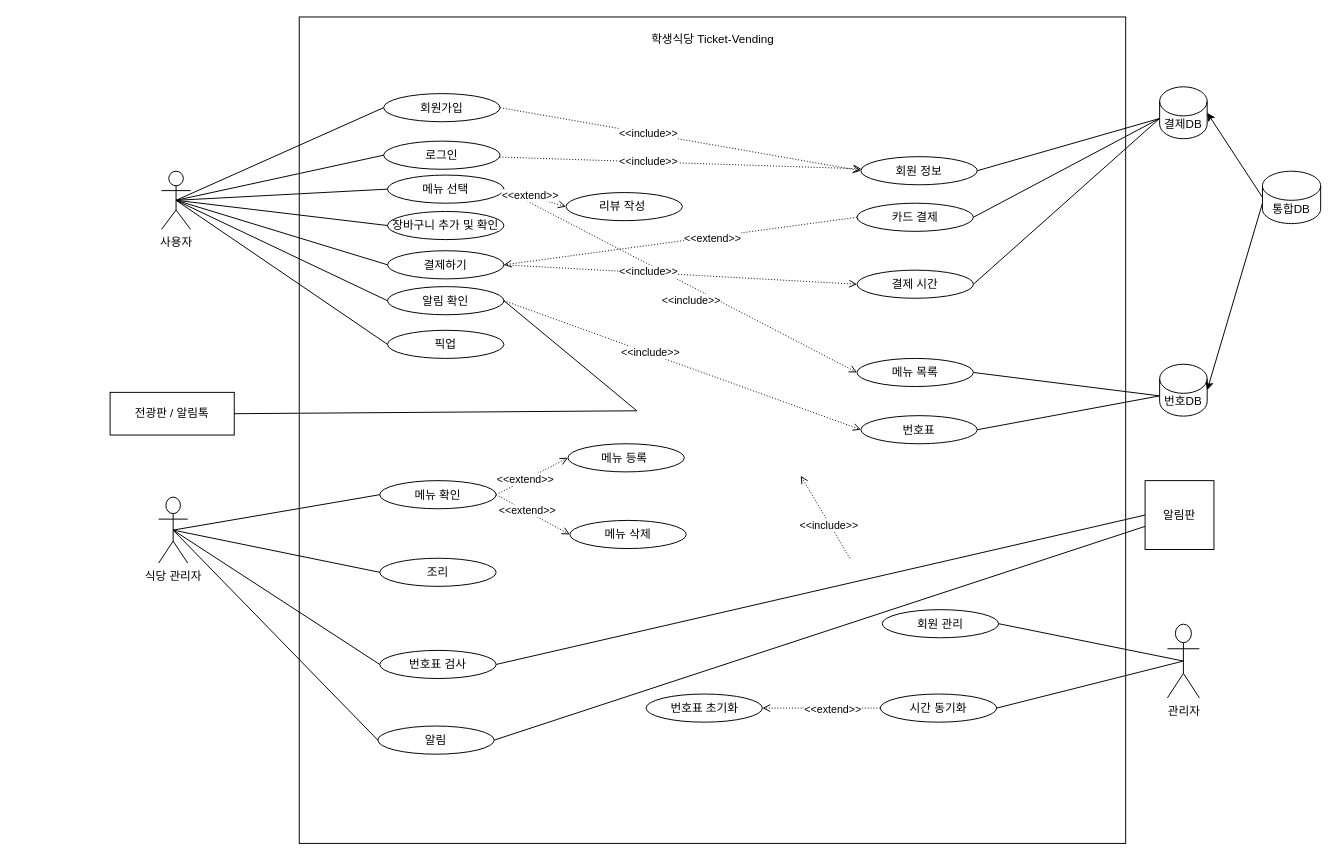
This is Student-cafeteria.drawio from four-idiots-team/student-cafteria-ticket-vending, a draw.io file, before an edit. Source tidied: cells renumbered, new cells numbered last; positions are measured from the earlier drawing's top-left corner, leaving out a move shared by most shapes. Both pictures are drawn from the tidied source at 97%, with x=0, y=0 at pixel (110, 16).
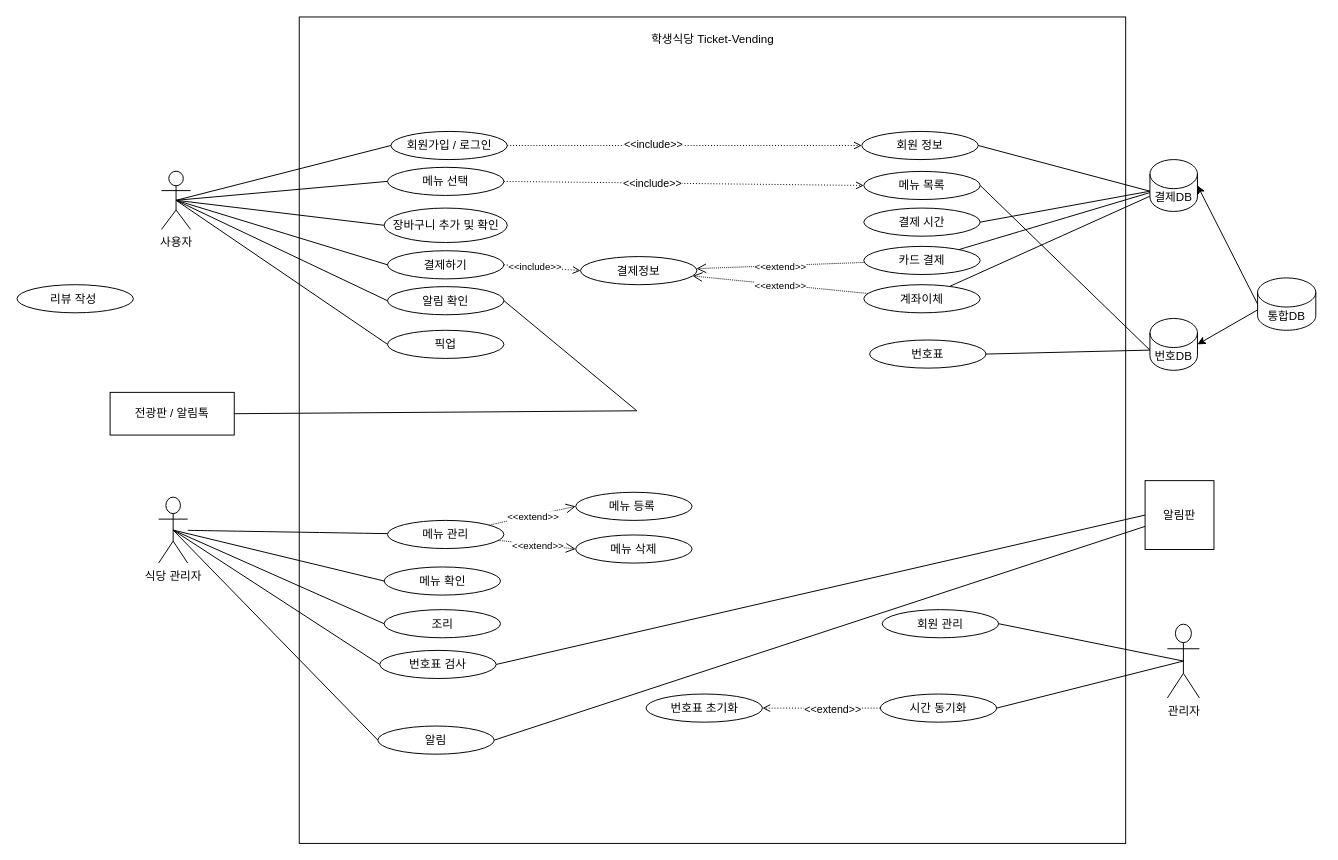
Above is the later version.

The change refers to these unchanged cells:
```xml
<mxCell id="2" value="사용자" style="shape=umlActor;verticalLabelPosition=bottom;verticalAlign=top;html=1;outlineConnect=0;" parent="1" vertex="1">
  <mxGeometry x="53" y="159" width="30" height="60" as="geometry" />
</mxCell>
<mxCell id="6" value="식당 관리자" style="shape=umlActor;verticalLabelPosition=bottom;verticalAlign=top;html=1;outlineConnect=0;" parent="1" vertex="1">
  <mxGeometry x="50" y="495" width="30" height="68" as="geometry" />
</mxCell>
<mxCell id="9" value="결제하기" style="ellipse;whiteSpace=wrap;html=1;" parent="1" vertex="1">
  <mxGeometry x="286" y="241" width="120" height="29" as="geometry" />
</mxCell>
<mxCell id="15" value="알림 확인" style="ellipse;whiteSpace=wrap;html=1;" parent="1" vertex="1">
  <mxGeometry x="286" y="278" width="120" height="29" as="geometry" />
</mxCell>
<mxCell id="48" style="endArrow=open;html=1;rounded=0;dashed=1;dashPattern=1 2;endFill=0;exitX=1;exitY=0.5;exitDx=0;exitDy=0;entryX=0;entryY=0.5;entryDx=0;entryDy=0;" parent="1" edge="1" source="8" target="22">
  <mxGeometry relative="1" as="geometry" />
</mxCell>
```

Change to the diagram source:
```diff
@@
-    <mxCell id="4" value="로그인" style="ellipse;whiteSpace=wrap;html=1;" parent="1" vertex="1">
-      <mxGeometry x="282" y="128" width="120" height="29" as="geometry" />
-    </mxCell>
@@
     <mxCell id="8" value="메뉴 선택" style="ellipse;whiteSpace=wrap;html=1;" parent="1" vertex="1">
-      <mxGeometry x="286" y="163" width="120" height="29" as="geometry" />
+      <mxGeometry x="286" y="155" width="120" height="29" as="geometry" />
     </mxCell>
@@
-    <mxCell id="10" value="회원가입" style="ellipse;whiteSpace=wrap;html=1;" parent="1" vertex="1">
-      <mxGeometry x="282" y="79" width="120" height="29" as="geometry" />
+    <mxCell id="10" value="회원가입 / 로그인" style="ellipse;whiteSpace=wrap;html=1;" parent="1" vertex="1">
+      <mxGeometry x="289.5" y="118" width="120" height="29" as="geometry" />
     </mxCell>
     <mxCell id="11" value="조리" style="ellipse;whiteSpace=wrap;html=1;" parent="1" vertex="1">
-      <mxGeometry x="278" y="558" width="120" height="29" as="geometry" />
+      <mxGeometry x="282.5" y="611" width="120" height="29" as="geometry" />
     </mxCell>
@@
     <mxCell id="13" value="메뉴 확인" style="ellipse;whiteSpace=wrap;html=1;" parent="1" vertex="1">
-      <mxGeometry x="278" y="478" width="120" height="29" as="geometry" />
+      <mxGeometry x="282.5" y="567" width="120" height="29" as="geometry" />
     </mxCell>
@@
     <mxCell id="19" value="회원 정보" style="ellipse;whiteSpace=wrap;html=1;" parent="1" vertex="1">
-      <mxGeometry x="774" y="144" width="120" height="29" as="geometry" />
+      <mxGeometry x="775" y="118" width="120" height="29" as="geometry" />
     </mxCell>
     <mxCell id="20" value="번호표" style="ellipse;whiteSpace=wrap;html=1;" parent="1" vertex="1">
-      <mxGeometry x="774" y="411" width="120" height="29" as="geometry" />
+      <mxGeometry x="783" y="333" width="120" height="29" as="geometry" />
     </mxCell>
     <mxCell id="21" value="결제 시간" style="ellipse;whiteSpace=wrap;html=1;" parent="1" vertex="1">
-      <mxGeometry x="770" y="261" width="120" height="29" as="geometry" />
+      <mxGeometry x="777" y="197" width="120" height="29" as="geometry" />
     </mxCell>
     <mxCell id="22" value="메뉴 목록" style="ellipse;whiteSpace=wrap;html=1;" parent="1" vertex="1">
-      <mxGeometry x="770" y="352" width="120" height="29" as="geometry" />
+      <mxGeometry x="777" y="159.2" width="120" height="29" as="geometry" />
     </mxCell>
-    <mxCell id="23" value="카드 결제" style="ellipse;whiteSpace=wrap;html=1;" parent="1" vertex="1">
-      <mxGeometry x="770" y="192" width="120" height="29" as="geometry" />
+    <mxCell id="23" value="결제정보" style="ellipse;whiteSpace=wrap;html=1;" parent="1" vertex="1">
+      <mxGeometry x="485" y="247" width="120" height="29" as="geometry" />
     </mxCell>
@@
-    <mxCell id="27" style="endArrow=none;html=1;rounded=0;exitX=0.5;exitY=0.5;exitDx=0;exitDy=0;exitPerimeter=0;entryX=0;entryY=0.5;entryDx=0;entryDy=0;" parent="1" edge="1" source="2" target="4">
-      <mxGeometry relative="1" as="geometry" />
-    </mxCell>
@@
-    <mxCell id="38" style="endArrow=none;html=1;rounded=0;exitX=1;exitY=0.5;exitDx=0;exitDy=0;entryX=0;entryY=0;entryDx=0;entryDy=32.625;entryPerimeter=0;" parent="1" edge="1" source="23" target="39">
-      <mxGeometry relative="1" as="geometry" />
-    </mxCell>
     <mxCell id="39" value="결제DB" style="shape=cylinder3;whiteSpace=wrap;html=1;boundedLbl=1;backgroundOutline=1;size=15;" parent="1" vertex="1">
-      <mxGeometry x="1082" y="72" width="49" height="53.5" as="geometry" />
+      <mxGeometry x="1072" y="147" width="49" height="53.5" as="geometry" />
     </mxCell>
-    <mxCell id="40" style="endArrow=open;html=1;rounded=0;dashed=1;dashPattern=1 2;endFill=0;exitX=0;exitY=0.5;exitDx=0;exitDy=0;entryX=1;entryY=0.5;entryDx=0;entryDy=0;" parent="1" edge="1" source="23" target="9">
-      <mxGeometry relative="1" as="geometry" />
-    </mxCell>
-    <mxCell id="41" value="&amp;lt;&amp;lt;extend&amp;gt;&amp;gt;" style="edgeLabel;html=1;align=center;verticalAlign=middle;" parent="40" vertex="1">
-      <mxGeometry x="-0.18" y="1" relative="1" as="geometry" />
-    </mxCell>
@@
-    <mxCell id="46" style="endArrow=open;html=1;rounded=0;dashed=1;dashPattern=1 2;endFill=0;entryX=0;entryY=0.5;entryDx=0;entryDy=0;" parent="1" edge="1">
-      <mxGeometry relative="1" as="geometry">
-        <mxPoint x="762.6" y="558" as="sourcePoint" />
-        <mxPoint x="712" y="473" as="targetPoint" />
-      </mxGeometry>
-    </mxCell>
-    <mxCell id="47" value="&amp;lt;&amp;lt;include&amp;gt;&amp;gt;" style="edgeLabel;html=1;align=center;verticalAlign=middle;" parent="46" vertex="1">
-      <mxGeometry x="-0.18" y="1" relative="1" as="geometry" />
-    </mxCell>
@@
     <mxCell id="49" value="&amp;lt;&amp;lt;include&amp;gt;&amp;gt;" style="edgeLabel;html=1;align=center;verticalAlign=middle;" parent="48" vertex="1">
       <mxGeometry x="-0.18" y="1" relative="1" as="geometry">
-        <mxPoint x="43" y="37" as="offset" />
+        <mxPoint y="1" as="offset" />
       </mxGeometry>
     </mxCell>
-    <mxCell id="50" style="endArrow=open;html=1;rounded=0;dashed=1;dashPattern=1 2;endFill=0;exitX=1;exitY=0.5;exitDx=0;exitDy=0;entryX=0;entryY=0.5;entryDx=0;entryDy=0;" parent="1" edge="1" source="9" target="21">
+    <mxCell id="50" style="endArrow=open;html=1;rounded=0;dashed=1;dashPattern=1 2;endFill=0;exitX=1;exitY=0.5;exitDx=0;exitDy=0;entryX=0;entryY=0.5;entryDx=0;entryDy=0;" parent="1" edge="1" source="9" target="23">
       <mxGeometry relative="1" as="geometry" />
     </mxCell>
-    <mxCell id="51" value="&amp;lt;&amp;lt;include&amp;gt;&amp;gt;" style="edgeLabel;html=1;align=center;verticalAlign=middle;" parent="50" vertex="1">
+    <mxCell id="51" value="&amp;lt;&amp;lt;include&amp;gt;&amp;gt;" style="edgeLabel;html=1;align=center;verticalAlign=middle;fontSize=10;" parent="50" vertex="1">
       <mxGeometry x="-0.18" y="1" relative="1" as="geometry" />
     </mxCell>
     <mxCell id="52" value="번호DB" style="shape=cylinder3;whiteSpace=wrap;html=1;boundedLbl=1;backgroundOutline=1;size=15;" parent="1" vertex="1">
-      <mxGeometry x="1082" y="358" width="49" height="53.5" as="geometry" />
+      <mxGeometry x="1072" y="310.8" width="49" height="53.5" as="geometry" />
     </mxCell>
     <mxCell id="53" value="통합DB" style="shape=cylinder3;whiteSpace=wrap;html=1;boundedLbl=1;backgroundOutline=1;size=15;" parent="1" vertex="1">
-      <mxGeometry x="1188" y="159" width="60" height="54" as="geometry" />
+      <mxGeometry x="1183" y="269" width="60" height="54" as="geometry" />
     </mxCell>
@@
     <mxCell id="55" value="메뉴 등록&amp;nbsp;" style="ellipse;whiteSpace=wrap;html=1;" parent="1" vertex="1">
-      <mxGeometry x="472" y="440" width="120" height="29" as="geometry" />
+      <mxGeometry x="480" y="490" width="120" height="29" as="geometry" />
     </mxCell>
     <mxCell id="56" value="메뉴 삭제" style="ellipse;whiteSpace=wrap;html=1;" parent="1" vertex="1">
-      <mxGeometry x="474" y="519" width="120" height="29" as="geometry" />
+      <mxGeometry x="480" y="534" width="120" height="29" as="geometry" />
     </mxCell>
@@
     <mxCell id="60" value="리뷰 작성&amp;nbsp;" style="ellipse;whiteSpace=wrap;html=1;" parent="1" vertex="1">
-      <mxGeometry x="470" y="181" width="120" height="29" as="geometry" />
+      <mxGeometry x="-96" y="276" width="120" height="29" as="geometry" />
     </mxCell>
@@
-    <mxCell id="62" style="endArrow=open;html=1;rounded=0;dashed=1;dashPattern=1 2;endFill=0;exitX=1;exitY=0.5;exitDx=0;exitDy=0;entryX=0;entryY=0.5;entryDx=0;entryDy=0;" parent="1" edge="1" source="8" target="60">
-      <mxGeometry relative="1" as="geometry" />
-    </mxCell>
-    <mxCell id="63" value="&amp;lt;&amp;lt;extend&amp;gt;&amp;gt;" style="edgeLabel;html=1;align=center;verticalAlign=middle;" parent="62" vertex="1">
-      <mxGeometry x="-0.18" y="1" relative="1" as="geometry" />
-    </mxCell>
-    <mxCell id="64" style="endArrow=open;html=1;rounded=0;dashed=1;dashPattern=1 2;endFill=0;exitX=1;exitY=0.5;exitDx=0;exitDy=0;entryX=0;entryY=0.5;entryDx=0;entryDy=0;" parent="1" edge="1" source="13" target="55">
-      <mxGeometry relative="1" as="geometry" />
-    </mxCell>
-    <mxCell id="65" value="&amp;lt;&amp;lt;extend&amp;gt;&amp;gt;" style="edgeLabel;html=1;align=center;verticalAlign=middle;" parent="64" vertex="1">
-      <mxGeometry x="-0.18" y="1" relative="1" as="geometry" />
-    </mxCell>
-    <mxCell id="66" style="endArrow=open;html=1;rounded=0;dashed=1;dashPattern=1 2;endFill=0;exitX=1;exitY=0.5;exitDx=0;exitDy=0;entryX=0;entryY=0.5;entryDx=0;entryDy=0;" parent="1" edge="1" source="13" target="56">
-      <mxGeometry relative="1" as="geometry" />
-    </mxCell>
-    <mxCell id="67" value="&amp;lt;&amp;lt;extend&amp;gt;&amp;gt;" style="edgeLabel;html=1;align=center;verticalAlign=middle;" parent="66" vertex="1">
-      <mxGeometry x="-0.18" y="1" relative="1" as="geometry" />
-    </mxCell>
@@
-    <mxCell id="76" style="endArrow=open;html=1;rounded=0;dashed=1;dashPattern=1 2;endFill=0;exitX=1;exitY=0.5;exitDx=0;exitDy=0;entryX=0;entryY=0.5;entryDx=0;entryDy=0;" parent="1" edge="1" source="15" target="20">
-      <mxGeometry relative="1" as="geometry" />
-    </mxCell>
-    <mxCell id="77" value="&amp;lt;&amp;lt;include&amp;gt;&amp;gt;" style="edgeLabel;html=1;align=center;verticalAlign=middle;" parent="76" vertex="1">
-      <mxGeometry x="-0.18" y="1" relative="1" as="geometry" />
-    </mxCell>
     <mxCell id="78" value="장바구니 추가 및 확인" style="ellipse;whiteSpace=wrap;html=1;" parent="1" vertex="1">
-      <mxGeometry x="286" y="200.5" width="120" height="29" as="geometry" />
+      <mxGeometry x="282.5" y="197" width="127" height="35.5" as="geometry" />
     </mxCell>
@@
-    <mxCell id="80" style="endArrow=open;html=1;rounded=0;dashed=1;dashPattern=1 2;endFill=0;" parent="1" edge="1" source="4" target="19">
-      <mxGeometry relative="1" as="geometry" />
-    </mxCell>
-    <mxCell id="81" value="&amp;lt;&amp;lt;include&amp;gt;&amp;gt;" style="edgeLabel;html=1;align=center;verticalAlign=middle;" parent="80" vertex="1">
-      <mxGeometry x="-0.18" y="1" relative="1" as="geometry" />
-    </mxCell>
+    <mxCell id="82" style="endArrow=open;html=1;rounded=0;fontSize=12;startSize=8;endSize=8;curved=1;dashed=1;dashPattern=1 1;endFill=0;" parent="1" edge="1" source="84" target="23">
+      <mxGeometry relative="1" as="geometry" />
+    </mxCell>
+    <mxCell id="83" value="&amp;lt;&amp;lt;extend&amp;gt;&amp;gt;" style="edgeLabel;html=1;fontSize=10;align=center;verticalAlign=middle;" parent="82" vertex="1">
+      <mxGeometry relative="1" as="geometry" />
+    </mxCell>
+    <mxCell id="84" value="계좌이체" style="ellipse;whiteSpace=wrap;html=1;" parent="1" vertex="1">
+      <mxGeometry x="777" y="276" width="120" height="29" as="geometry" />
+    </mxCell>
+    <mxCell id="85" style="endArrow=open;html=1;rounded=0;fontSize=12;startSize=8;endSize=8;curved=1;dashed=1;dashPattern=1 1;endFill=0;" parent="1" edge="1" source="87" target="23">
+      <mxGeometry relative="1" as="geometry" />
+    </mxCell>
+    <mxCell id="86" value="&amp;lt;&amp;lt;extend&amp;gt;&amp;gt;" style="edgeLabel;html=1;fontSize=10;align=center;verticalAlign=middle;" parent="85" vertex="1">
+      <mxGeometry relative="1" as="geometry" />
+    </mxCell>
+    <mxCell id="87" value="카드 결제" style="ellipse;whiteSpace=wrap;html=1;" parent="1" vertex="1">
+      <mxGeometry x="777" y="236.5" width="120" height="29" as="geometry" />
+    </mxCell>
+    <mxCell id="88" style="edgeStyle=none;curved=1;rounded=0;orthogonalLoop=1;jettySize=auto;html=1;exitX=0.5;exitY=1;exitDx=0;exitDy=0;fontSize=12;startSize=8;endSize=8;" parent="1" edge="1" source="87" target="87">
+      <mxGeometry relative="1" as="geometry" />
+    </mxCell>
+    <mxCell id="89" style="endArrow=none;html=1;rounded=0;fontSize=12;startSize=8;endSize=8;curved=1;" parent="1" edge="1" source="84" target="39">
+      <mxGeometry relative="1" as="geometry" />
+    </mxCell>
+    <mxCell id="90" style="endArrow=none;html=1;rounded=0;fontSize=12;startSize=8;endSize=8;curved=1;" parent="1" edge="1" source="87" target="39">
+      <mxGeometry relative="1" as="geometry" />
+    </mxCell>
+    <mxCell id="91" value="메뉴 관리" style="ellipse;whiteSpace=wrap;html=1;" parent="1" vertex="1">
+      <mxGeometry x="286" y="519" width="120" height="29" as="geometry" />
+    </mxCell>
+    <mxCell id="92" style="endArrow=none;html=1;rounded=0;fontSize=12;startSize=8;endSize=8;curved=1;" parent="1" edge="1" source="6" target="91">
+      <mxGeometry relative="1" as="geometry" />
+    </mxCell>
+    <mxCell id="93" style="endArrow=open;html=1;rounded=0;fontSize=12;startSize=8;endSize=8;curved=1;dashed=1;dashPattern=1 1;endFill=0;entryX=0;entryY=0.5;entryDx=0;entryDy=0;" parent="1" edge="1" source="91" target="55">
+      <mxGeometry relative="1" as="geometry" />
+    </mxCell>
+    <mxCell id="94" value="&amp;lt;&amp;lt;extend&amp;gt;&amp;gt;" style="edgeLabel;html=1;fontSize=10;align=center;verticalAlign=middle;" parent="93" vertex="1">
+      <mxGeometry relative="1" as="geometry" />
+    </mxCell>
+    <mxCell id="95" style="endArrow=open;html=1;rounded=0;fontSize=12;startSize=8;endSize=8;curved=1;dashed=1;dashPattern=1 1;endFill=0;entryX=0;entryY=0.5;entryDx=0;entryDy=0;" parent="1" edge="1" source="91" target="56">
+      <mxGeometry relative="1" as="geometry" />
+    </mxCell>
+    <mxCell id="96" value="&amp;lt;&amp;lt;extend&amp;gt;&amp;gt;" style="edgeLabel;html=1;fontSize=10;align=center;verticalAlign=middle;" parent="95" vertex="1">
+      <mxGeometry relative="1" as="geometry" />
+    </mxCell>
+    <mxCell id="97" style="edgeStyle=none;curved=1;rounded=0;orthogonalLoop=1;jettySize=auto;html=1;exitX=0.5;exitY=1;exitDx=0;exitDy=0;fontSize=12;startSize=8;endSize=8;" parent="1" edge="1" source="55" target="55">
+      <mxGeometry relative="1" as="geometry" />
+    </mxCell>
```
